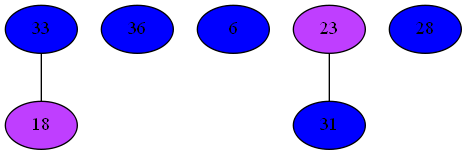
This is Compiler/22iGraph.png from mbajaj92/Project-Astoria, a Graphviz export, as it was before one commit. Its source is kept beside it as Compiler/22iGraph.dot. Its diagram source:
```dot
strict graph {
33[label="33" style=filled fillcolor="blue1"];
33 -- 18
18[label="18" style=filled fillcolor="darkorchid1"];
18 -- 33
36[label="36" style=filled fillcolor="blue1"];
6[label="6" style=filled fillcolor="blue1"];
23[label="23" style=filled fillcolor="darkorchid1"];
23 -- 31
28[label="28" style=filled fillcolor="blue1"];
31[label="31" style=filled fillcolor="blue1"];
31 -- 23
}
```
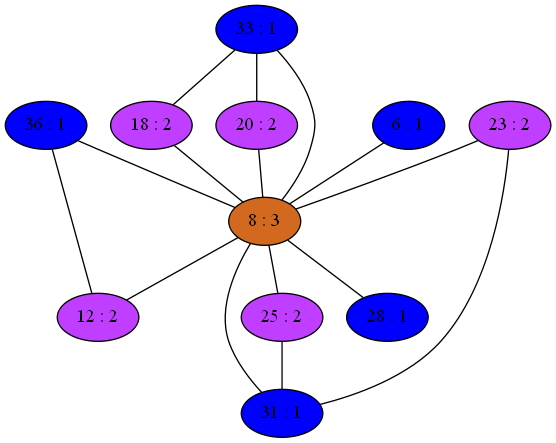
Later version of the same file.

Diff of the diagram source:
```diff
@@ -1,13 +1,43 @@
 strict graph {
-33[label="33" style=filled fillcolor="blue1"];
+33[label="33 : 1" style=filled fillcolor="blue1"];
 33 -- 18
-18[label="18" style=filled fillcolor="darkorchid1"];
+33 -- 20
+33 -- 8
+18[label="18 : 2" style=filled fillcolor="darkorchid1"];
 18 -- 33
-36[label="36" style=filled fillcolor="blue1"];
-6[label="6" style=filled fillcolor="blue1"];
-23[label="23" style=filled fillcolor="darkorchid1"];
+18 -- 8
+36[label="36 : 1" style=filled fillcolor="blue1"];
+36 -- 8
+36 -- 12
+20[label="20 : 2" style=filled fillcolor="darkorchid1"];
+20 -- 33
+20 -- 8
+6[label="6 : 1" style=filled fillcolor="blue1"];
+6 -- 8
+23[label="23 : 2" style=filled fillcolor="darkorchid1"];
+23 -- 8
 23 -- 31
-28[label="28" style=filled fillcolor="blue1"];
-31[label="31" style=filled fillcolor="blue1"];
+8[label="8 : 3" style=filled fillcolor="chocolate"];
+8 -- 33
+8 -- 18
+8 -- 36
+8 -- 20
+8 -- 6
+8 -- 23
+8 -- 25
+8 -- 28
+8 -- 12
+8 -- 31
+25[label="25 : 2" style=filled fillcolor="darkorchid1"];
+25 -- 8
+25 -- 31
+12[label="12 : 2" style=filled fillcolor="darkorchid1"];
+12 -- 36
+12 -- 8
+28[label="28 : 1" style=filled fillcolor="blue1"];
+28 -- 8
+31[label="31 : 1" style=filled fillcolor="blue1"];
 31 -- 23
+31 -- 8
+31 -- 25
 }
```
